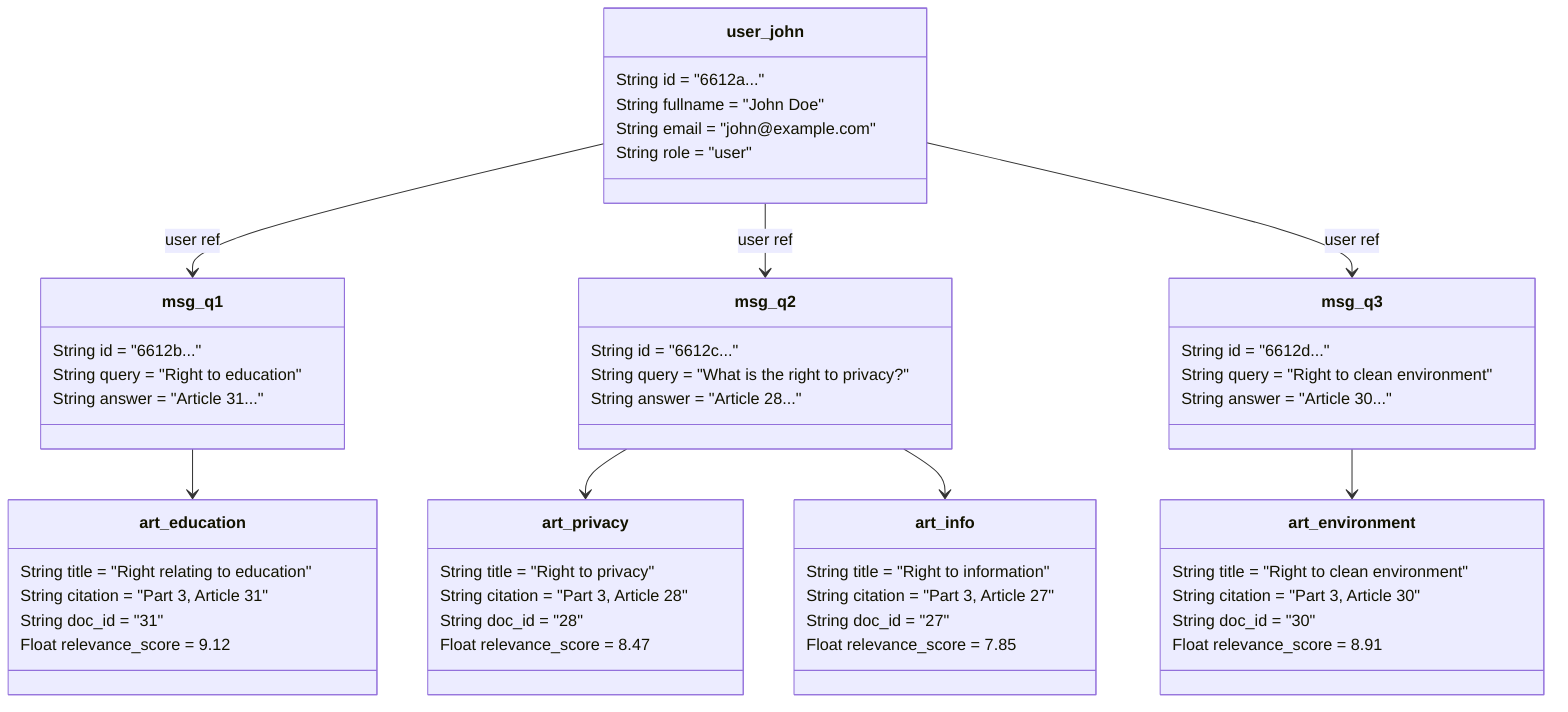
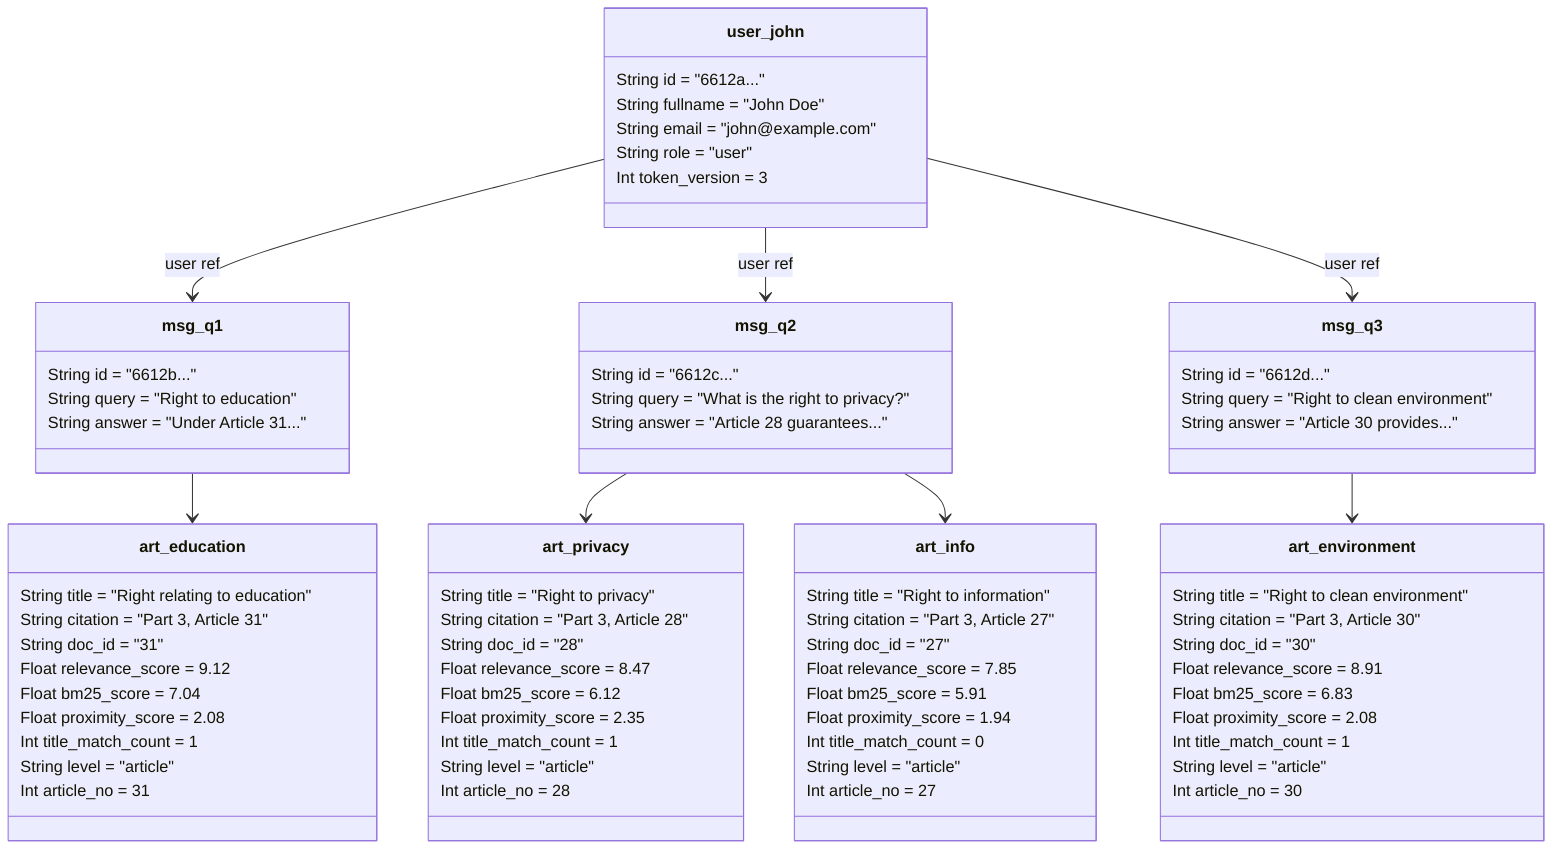
classDiagram
    direction TB

    class user_john {
        String id = "6612a..."
        String fullname = "John Doe"
        String email = "john@example.com"
        String role = "user"
+         Int token_version = 3
    }

    class msg_q1 {
        String id = "6612b..."
        String query = "Right to education"
-         String answer = "Article 31..."
+         String answer = "Under Article 31..."
    }

    class msg_q2 {
        String id = "6612c..."
        String query = "What is the right to privacy?"
-         String answer = "Article 28..."
+         String answer = "Article 28 guarantees..."
    }

    class msg_q3 {
        String id = "6612d..."
        String query = "Right to clean environment"
-         String answer = "Article 30..."
+         String answer = "Article 30 provides..."
    }

    class art_privacy {
        String title = "Right to privacy"
        String citation = "Part 3, Article 28"
        String doc_id = "28"
        Float relevance_score = 8.47
+         Float bm25_score = 6.12
+         Float proximity_score = 2.35
+         Int title_match_count = 1
+         String level = "article"
+         Int article_no = 28
    }

    class art_education {
        String title = "Right relating to education"
        String citation = "Part 3, Article 31"
        String doc_id = "31"
        Float relevance_score = 9.12
+         Float bm25_score = 7.04
+         Float proximity_score = 2.08
+         Int title_match_count = 1
+         String level = "article"
+         Int article_no = 31
    }

    class art_info {
        String title = "Right to information"
        String citation = "Part 3, Article 27"
        String doc_id = "27"
        Float relevance_score = 7.85
+         Float bm25_score = 5.91
+         Float proximity_score = 1.94
+         Int title_match_count = 0
+         String level = "article"
+         Int article_no = 27
    }

    class art_environment {
        String title = "Right to clean environment"
        String citation = "Part 3, Article 30"
        String doc_id = "30"
        Float relevance_score = 8.91
+         Float bm25_score = 6.83
+         Float proximity_score = 2.08
+         Int title_match_count = 1
+         String level = "article"
+         Int article_no = 30
    }

    user_john --> msg_q1 : user ref
    user_john --> msg_q2 : user ref
    user_john --> msg_q3 : user ref
    msg_q1 --> art_education
    msg_q2 --> art_privacy
    msg_q2 --> art_info
    msg_q3 --> art_environment
